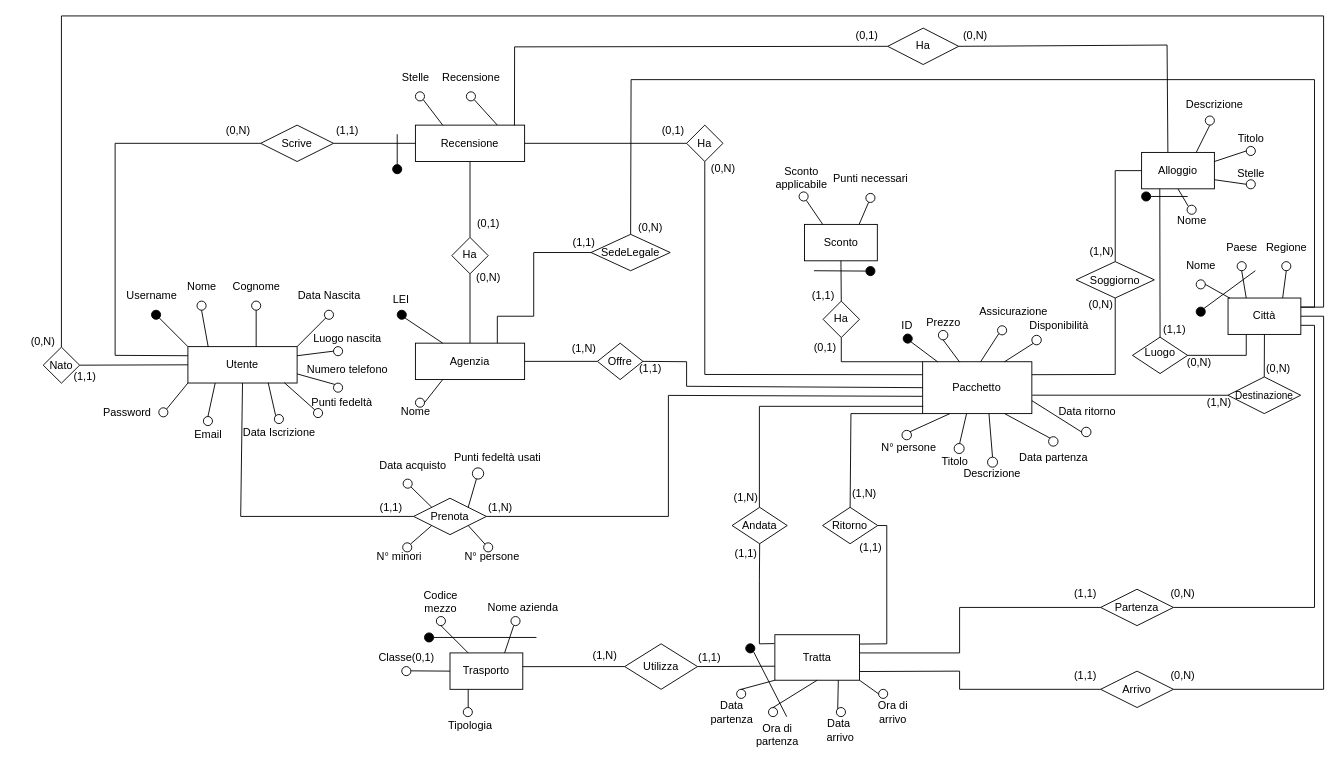
Before: page "ER - Logico" (2 of 2) of ER/ER.drawio in bustre/Easy-travel, a draw.io diagram. Source tidied: cells renumbered, new cells numbered last; positions are measured from the earlier drawing's top-left corner, leaving out a move shared by most shapes. Both pictures are drawn from the tidied source at 91%, with x=0, y=0 at pixel (15, 15).
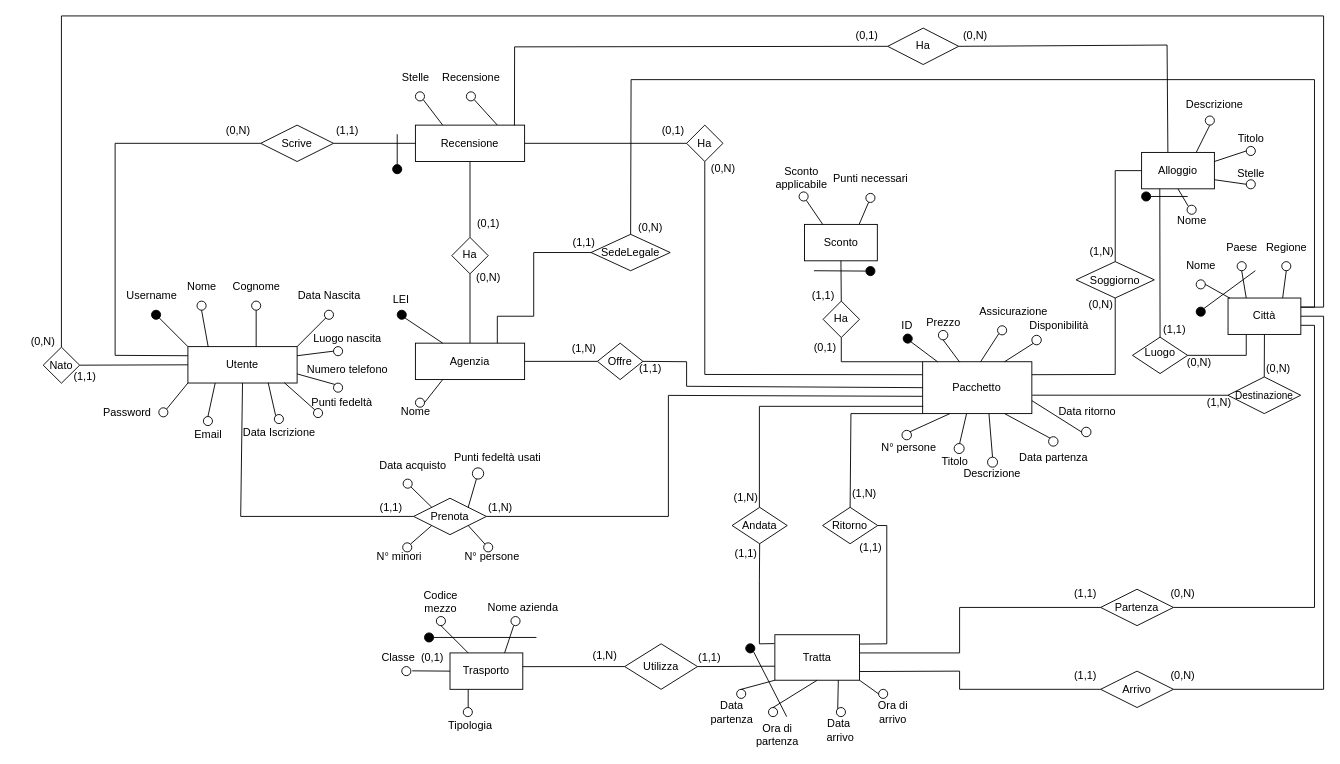
Above is the later version.

What changed in the source:
```diff
@@
-    <mxCell id="226" value="Classe(0,1)" style="text;html=1;align=center;verticalAlign=middle;points=[];strokeColor=none;fillColor=none;" parent="1" vertex="1">
-      <mxGeometry x="389" y="690" width="80" height="30" as="geometry" />
+    <mxCell id="226" value="&amp;nbsp; &amp;nbsp; Classe&amp;nbsp; (0,1)" style="text;html=1;align=center;verticalAlign=middle;points=[];strokeColor=none;fillColor=none;" parent="1" vertex="1">
+      <mxGeometry x="379" y="690" width="100" height="30" as="geometry" />
     </mxCell>
```
